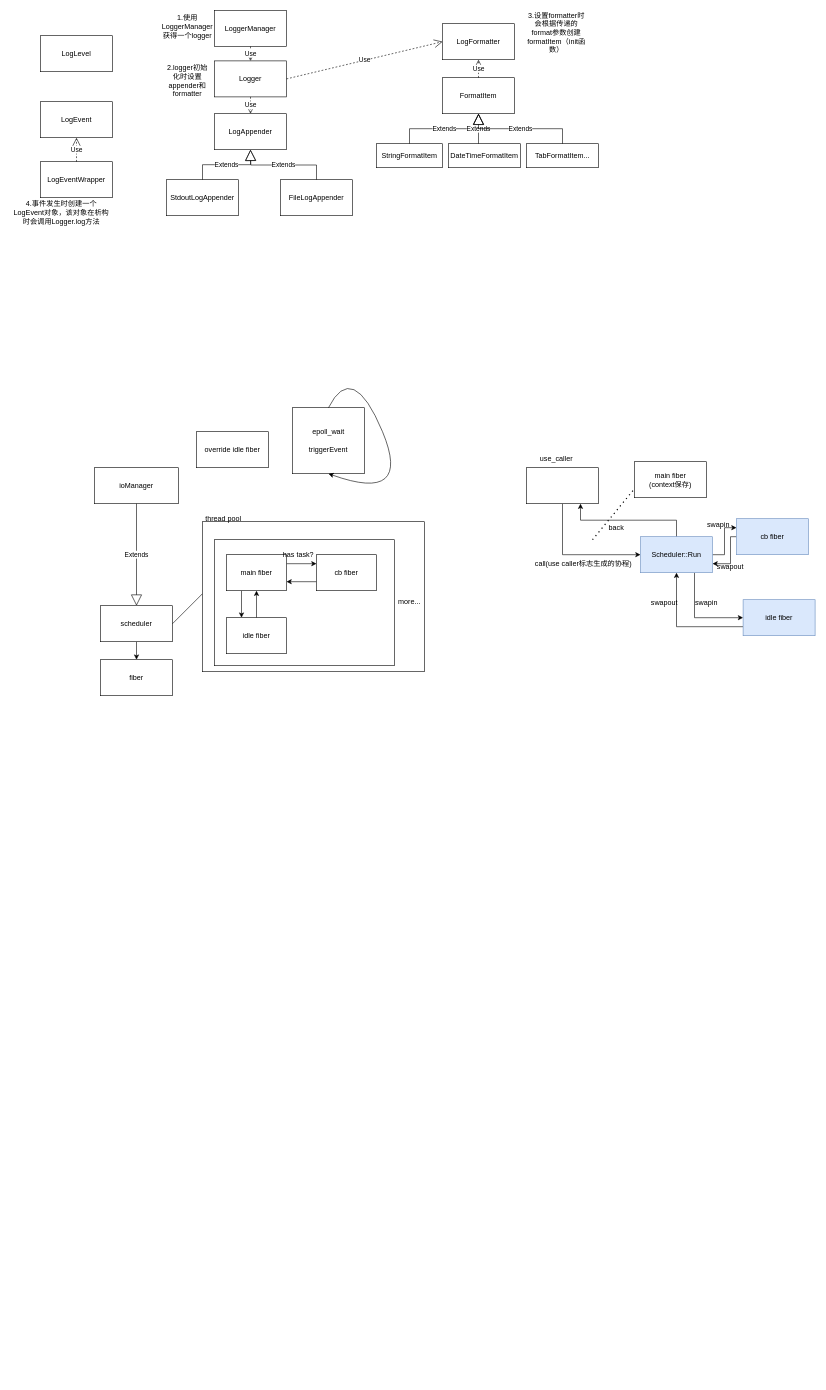
Above: sylar.drawio in ksd11/charts (draw.io), before the change. Source tidied: cells renumbered, new cells numbered last; positions are measured from the earlier drawing's top-left corner, leaving out a move shared by most shapes. Both pictures are drawn from the tidied source at 60%, with x=0, y=0 at pixel (10, 10).
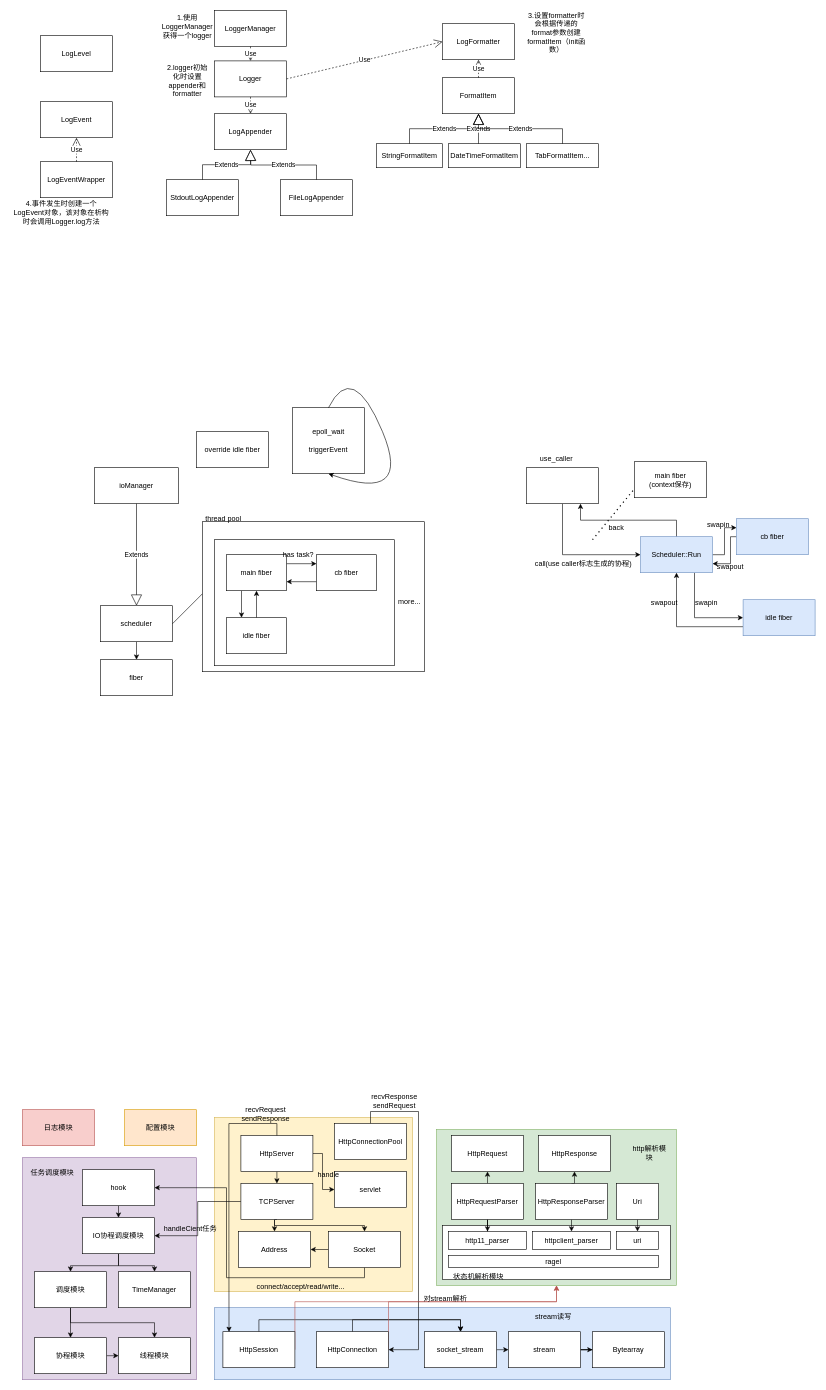
The same diagram, later.

Diff of the diagram source:
```diff
@@
+    <mxCell id="69" style="rounded=0;whiteSpace=wrap;html=1;fillColor=#fff2cc;strokeColor=#d6b656;" parent="1" vertex="1">
+      <mxGeometry x="340" y="1845" width="330" height="290" as="geometry" />
+    </mxCell>
+    <mxCell id="70" style="rounded=0;whiteSpace=wrap;html=1;fillColor=#dae8fc;strokeColor=#6c8ebf;" parent="1" vertex="1">
+      <mxGeometry x="340" y="2162" width="760" height="120" as="geometry" />
+    </mxCell>
+    <mxCell id="71" style="rounded=0;whiteSpace=wrap;html=1;fillColor=#d5e8d4;strokeColor=#82b366;" parent="1" vertex="1">
+      <mxGeometry x="710" y="1865" width="400" height="260" as="geometry" />
+    </mxCell>
+    <mxCell id="72" style="rounded=0;whiteSpace=wrap;html=1;" parent="1" vertex="1">
+      <mxGeometry x="720" y="2025" width="380" height="90" as="geometry" />
+    </mxCell>
+    <mxCell id="73" style="rounded=0;whiteSpace=wrap;html=1;fillColor=#e1d5e7;strokeColor=#9673a6;" parent="1" vertex="1">
+      <mxGeometry x="20" y="1912" width="290" height="370" as="geometry" />
+    </mxCell>
@@
+    <mxCell id="74" value="日志模块" style="rounded=0;whiteSpace=wrap;html=1;fillColor=#f8cecc;strokeColor=#b85450;" parent="1" vertex="1">
+      <mxGeometry x="20" y="1832" width="120" height="60" as="geometry" />
+    </mxCell>
+    <mxCell id="75" value="配置模块" style="rounded=0;whiteSpace=wrap;html=1;fillColor=#ffe6cc;strokeColor=#d79b00;" parent="1" vertex="1">
+      <mxGeometry x="190" y="1832" width="120" height="60" as="geometry" />
+    </mxCell>
+    <mxCell id="76" value="线程模块" style="rounded=0;whiteSpace=wrap;html=1;" parent="1" vertex="1">
+      <mxGeometry x="180" y="2212" width="120" height="60" as="geometry" />
+    </mxCell>
+    <mxCell id="77" style="edgeStyle=orthogonalEdgeStyle;rounded=0;jettySize=auto;html=1;exitX=1;exitY=0.5;exitDx=0;exitDy=0;entryX=0;entryY=0.5;entryDx=0;entryDy=0;" parent="1" edge="1" source="78" target="76">
+      <mxGeometry relative="1" as="geometry" />
+    </mxCell>
+    <mxCell id="78" value="协程模块" style="rounded=0;whiteSpace=wrap;html=1;" parent="1" vertex="1">
+      <mxGeometry x="40" y="2212" width="120" height="60" as="geometry" />
+    </mxCell>
+    <mxCell id="79" style="edgeStyle=orthogonalEdgeStyle;rounded=0;jettySize=auto;html=1;exitX=0.5;exitY=1;exitDx=0;exitDy=0;entryX=0.5;entryY=0;entryDx=0;entryDy=0;" parent="1" edge="1" source="81" target="78">
+      <mxGeometry relative="1" as="geometry" />
+    </mxCell>
+    <mxCell id="80" style="edgeStyle=orthogonalEdgeStyle;rounded=0;jettySize=auto;html=1;exitX=0.5;exitY=1;exitDx=0;exitDy=0;entryX=0.5;entryY=0;entryDx=0;entryDy=0;" parent="1" edge="1" source="81" target="76">
+      <mxGeometry relative="1" as="geometry" />
+    </mxCell>
+    <mxCell id="81" value="调度模块" style="rounded=0;whiteSpace=wrap;html=1;" parent="1" vertex="1">
+      <mxGeometry x="40" y="2102" width="120" height="60" as="geometry" />
+    </mxCell>
+    <mxCell id="82" style="edgeStyle=orthogonalEdgeStyle;rounded=0;jettySize=auto;html=1;exitX=0.5;exitY=1;exitDx=0;exitDy=0;entryX=0.5;entryY=0;entryDx=0;entryDy=0;" parent="1" edge="1" source="84" target="81">
+      <mxGeometry relative="1" as="geometry" />
+    </mxCell>
+    <mxCell id="83" style="edgeStyle=orthogonalEdgeStyle;rounded=0;jettySize=auto;html=1;exitX=0.5;exitY=1;exitDx=0;exitDy=0;entryX=0.5;entryY=0;entryDx=0;entryDy=0;" parent="1" edge="1" source="84" target="117">
+      <mxGeometry relative="1" as="geometry" />
+    </mxCell>
+    <mxCell id="84" value="IO协程调度模块" style="rounded=0;whiteSpace=wrap;html=1;" parent="1" vertex="1">
+      <mxGeometry x="120" y="2012" width="120" height="60" as="geometry" />
+    </mxCell>
+    <mxCell id="85" value="Address" style="rounded=0;whiteSpace=wrap;html=1;" parent="1" vertex="1">
+      <mxGeometry x="380" y="2035" width="120" height="60" as="geometry" />
+    </mxCell>
+    <mxCell id="86" style="edgeStyle=orthogonalEdgeStyle;rounded=0;jettySize=auto;html=1;exitX=0;exitY=0.5;exitDx=0;exitDy=0;entryX=1;entryY=0.5;entryDx=0;entryDy=0;" parent="1" edge="1" source="88" target="85">
+      <mxGeometry relative="1" as="geometry" />
+    </mxCell>
+    <mxCell id="87" style="edgeStyle=orthogonalEdgeStyle;rounded=0;jettySize=auto;html=1;exitX=0.5;exitY=1;exitDx=0;exitDy=0;entryX=1;entryY=0.5;entryDx=0;entryDy=0;" parent="1" edge="1" source="88" target="119">
+      <mxGeometry relative="1" as="geometry">
+        <Array as="points">
+          <mxPoint x="590" y="2112" />
+          <mxPoint x="360" y="2112" />
+          <mxPoint x="360" y="1962" />
+        </Array>
+      </mxGeometry>
+    </mxCell>
+    <mxCell id="88" value="Socket" style="rounded=0;whiteSpace=wrap;html=1;" parent="1" vertex="1">
+      <mxGeometry x="530" y="2035" width="120" height="60" as="geometry" />
+    </mxCell>
+    <mxCell id="89" style="edgeStyle=orthogonalEdgeStyle;rounded=0;jettySize=auto;html=1;exitX=0.5;exitY=1;exitDx=0;exitDy=0;entryX=0.5;entryY=0;entryDx=0;entryDy=0;" parent="1" edge="1" source="92" target="88">
+      <mxGeometry relative="1" as="geometry">
+        <Array as="points">
+          <mxPoint x="440" y="2015" />
+          <mxPoint x="440" y="2025" />
+          <mxPoint x="590" y="2025" />
+        </Array>
+      </mxGeometry>
+    </mxCell>
+    <mxCell id="90" style="edgeStyle=orthogonalEdgeStyle;rounded=0;jettySize=auto;html=1;exitX=0;exitY=0.5;exitDx=0;exitDy=0;entryX=1;entryY=0.5;entryDx=0;entryDy=0;" parent="1" edge="1" source="92" target="84">
+      <mxGeometry relative="1" as="geometry" />
+    </mxCell>
+    <mxCell id="91" style="edgeStyle=orthogonalEdgeStyle;rounded=0;jettySize=auto;html=1;exitX=0.5;exitY=1;exitDx=0;exitDy=0;entryX=0.5;entryY=0;entryDx=0;entryDy=0;" parent="1" edge="1" source="92" target="85">
+      <mxGeometry relative="1" as="geometry" />
+    </mxCell>
+    <mxCell id="92" value="TCPServer" style="rounded=0;whiteSpace=wrap;html=1;" parent="1" vertex="1">
+      <mxGeometry x="384" y="1955" width="120" height="60" as="geometry" />
+    </mxCell>
+    <mxCell id="93" style="edgeStyle=orthogonalEdgeStyle;rounded=0;jettySize=auto;html=1;exitX=0.5;exitY=1;exitDx=0;exitDy=0;entryX=0.5;entryY=0;entryDx=0;entryDy=0;" parent="1" edge="1" source="95" target="92">
+      <mxGeometry relative="1" as="geometry" />
+    </mxCell>
+    <mxCell id="94" style="edgeStyle=orthogonalEdgeStyle;rounded=0;jettySize=auto;html=1;exitX=1;exitY=0.5;exitDx=0;exitDy=0;entryX=0;entryY=0.5;entryDx=0;entryDy=0;" parent="1" edge="1" source="95" target="133">
+      <mxGeometry relative="1" as="geometry">
+        <Array as="points">
+          <mxPoint x="520" y="1905" />
+          <mxPoint x="520" y="1965" />
+        </Array>
+      </mxGeometry>
+    </mxCell>
+    <mxCell id="95" value="HttpServer" style="rounded=0;whiteSpace=wrap;html=1;" parent="1" vertex="1">
+      <mxGeometry x="384" y="1875" width="120" height="60" as="geometry" />
+    </mxCell>
+    <mxCell id="96" style="edgeStyle=orthogonalEdgeStyle;rounded=0;jettySize=auto;html=1;exitX=0.5;exitY=0;exitDx=0;exitDy=0;entryX=0.5;entryY=0;entryDx=0;entryDy=0;" parent="1" edge="1" source="98" target="113">
+      <mxGeometry relative="1" as="geometry" />
+    </mxCell>
+    <mxCell id="97" style="edgeStyle=orthogonalEdgeStyle;rounded=0;jettySize=auto;html=1;exitX=1;exitY=0.5;exitDx=0;exitDy=0;entryX=0.5;entryY=1;entryDx=0;entryDy=0;fillColor=#f8cecc;strokeColor=#b85450;" parent="1" edge="1" source="98" target="71">
+      <mxGeometry relative="1" as="geometry">
+        <Array as="points">
+          <mxPoint x="474" y="2152" />
+          <mxPoint x="910" y="2152" />
+        </Array>
+      </mxGeometry>
+    </mxCell>
+    <mxCell id="98" value="HttpSession" style="rounded=0;whiteSpace=wrap;html=1;" parent="1" vertex="1">
+      <mxGeometry x="354" y="2202" width="120" height="60" as="geometry" />
+    </mxCell>
+    <mxCell id="99" style="edgeStyle=orthogonalEdgeStyle;rounded=0;jettySize=auto;html=1;exitX=0.5;exitY=0;exitDx=0;exitDy=0;entryX=1;entryY=0.5;entryDx=0;entryDy=0;" parent="1" edge="1" source="100" target="103">
+      <mxGeometry relative="1" as="geometry">
+        <Array as="points">
+          <mxPoint x="600" y="1835" />
+          <mxPoint x="680" y="1835" />
+          <mxPoint x="680" y="2232" />
+        </Array>
+      </mxGeometry>
+    </mxCell>
+    <mxCell id="100" value="HttpConnectionPool" style="rounded=0;whiteSpace=wrap;html=1;" parent="1" vertex="1">
+      <mxGeometry x="540" y="1855" width="120" height="60" as="geometry" />
+    </mxCell>
+    <mxCell id="101" style="edgeStyle=orthogonalEdgeStyle;rounded=0;jettySize=auto;html=1;exitX=0.5;exitY=0;exitDx=0;exitDy=0;entryX=0.5;entryY=0;entryDx=0;entryDy=0;" parent="1" edge="1" source="103" target="113">
+      <mxGeometry relative="1" as="geometry" />
+    </mxCell>
+    <mxCell id="102" style="edgeStyle=orthogonalEdgeStyle;rounded=0;jettySize=auto;html=1;exitX=1;exitY=0.5;exitDx=0;exitDy=0;entryX=0.5;entryY=1;entryDx=0;entryDy=0;fillColor=#f8cecc;strokeColor=#b85450;" parent="1" edge="1" source="103" target="71">
+      <mxGeometry relative="1" as="geometry">
+        <Array as="points">
+          <mxPoint x="630" y="2152" />
+          <mxPoint x="910" y="2152" />
+        </Array>
+      </mxGeometry>
+    </mxCell>
+    <mxCell id="103" value="HttpConnection" style="rounded=0;whiteSpace=wrap;html=1;" parent="1" vertex="1">
+      <mxGeometry x="510" y="2202" width="120" height="60" as="geometry" />
+    </mxCell>
+    <mxCell id="104" style="edgeStyle=orthogonalEdgeStyle;rounded=0;jettySize=auto;html=1;exitX=0.5;exitY=1;exitDx=0;exitDy=0;" parent="1" edge="1" source="106" target="124">
+      <mxGeometry relative="1" as="geometry" />
+    </mxCell>
+    <mxCell id="105" style="edgeStyle=orthogonalEdgeStyle;rounded=0;jettySize=auto;html=1;exitX=0.5;exitY=0;exitDx=0;exitDy=0;entryX=0.5;entryY=1;entryDx=0;entryDy=0;" parent="1" edge="1" source="106" target="110">
+      <mxGeometry relative="1" as="geometry" />
+    </mxCell>
+    <mxCell id="106" value="HttpRequestParser" style="rounded=0;whiteSpace=wrap;html=1;" parent="1" vertex="1">
+      <mxGeometry x="735" y="1955" width="120" height="60" as="geometry" />
+    </mxCell>
+    <mxCell id="107" style="edgeStyle=orthogonalEdgeStyle;rounded=0;jettySize=auto;html=1;exitX=0.5;exitY=1;exitDx=0;exitDy=0;entryX=0.5;entryY=0;entryDx=0;entryDy=0;" parent="1" edge="1" source="109" target="125">
+      <mxGeometry relative="1" as="geometry" />
+    </mxCell>
+    <mxCell id="108" style="edgeStyle=orthogonalEdgeStyle;rounded=0;jettySize=auto;html=1;exitX=0.5;exitY=0;exitDx=0;exitDy=0;entryX=0.5;entryY=1;entryDx=0;entryDy=0;" parent="1" edge="1" source="109" target="111">
+      <mxGeometry relative="1" as="geometry" />
+    </mxCell>
+    <mxCell id="109" value="HttpResponseParser" style="rounded=0;whiteSpace=wrap;html=1;" parent="1" vertex="1">
+      <mxGeometry x="875" y="1955" width="120" height="60" as="geometry" />
+    </mxCell>
+    <mxCell id="110" value="HttpRequest" style="rounded=0;whiteSpace=wrap;html=1;" parent="1" vertex="1">
+      <mxGeometry x="735" y="1875" width="120" height="60" as="geometry" />
+    </mxCell>
+    <mxCell id="111" value="HttpResponse" style="rounded=0;whiteSpace=wrap;html=1;" parent="1" vertex="1">
+      <mxGeometry x="880" y="1875" width="120" height="60" as="geometry" />
+    </mxCell>
+    <mxCell id="112" style="edgeStyle=orthogonalEdgeStyle;rounded=0;jettySize=auto;html=1;exitX=1;exitY=0.5;exitDx=0;exitDy=0;entryX=0;entryY=0.5;entryDx=0;entryDy=0;" parent="1" edge="1" source="113" target="115">
+      <mxGeometry relative="1" as="geometry" />
+    </mxCell>
+    <mxCell id="113" value="socket_stream" style="rounded=0;whiteSpace=wrap;html=1;" parent="1" vertex="1">
+      <mxGeometry x="690" y="2202" width="120" height="60" as="geometry" />
+    </mxCell>
+    <mxCell id="114" style="edgeStyle=orthogonalEdgeStyle;rounded=0;jettySize=auto;html=1;exitX=1;exitY=0.5;exitDx=0;exitDy=0;" parent="1" edge="1" source="115" target="116">
+      <mxGeometry relative="1" as="geometry" />
+    </mxCell>
+    <mxCell id="115" value="stream" style="rounded=0;whiteSpace=wrap;html=1;" parent="1" vertex="1">
+      <mxGeometry x="830" y="2202" width="120" height="60" as="geometry" />
+    </mxCell>
+    <mxCell id="116" value="Bytearray" style="rounded=0;whiteSpace=wrap;html=1;" parent="1" vertex="1">
+      <mxGeometry x="970" y="2202" width="120" height="60" as="geometry" />
+    </mxCell>
+    <mxCell id="117" value="TimeManager" style="rounded=0;whiteSpace=wrap;html=1;" parent="1" vertex="1">
+      <mxGeometry x="180" y="2102" width="120" height="60" as="geometry" />
+    </mxCell>
+    <mxCell id="118" style="edgeStyle=orthogonalEdgeStyle;rounded=0;jettySize=auto;html=1;exitX=0.5;exitY=1;exitDx=0;exitDy=0;entryX=0.5;entryY=0;entryDx=0;entryDy=0;" parent="1" edge="1" source="119" target="84">
+      <mxGeometry relative="1" as="geometry" />
+    </mxCell>
+    <mxCell id="119" value="hook" style="rounded=0;whiteSpace=wrap;html=1;" parent="1" vertex="1">
+      <mxGeometry x="120" y="1932" width="120" height="60" as="geometry" />
+    </mxCell>
+    <mxCell id="120" value="任务调度模块" style="text;html=1;align=center;verticalAlign=middle;whiteSpace=wrap;rounded=0;" parent="1" vertex="1">
+      <mxGeometry x="30" y="1922" width="80" height="30" as="geometry" />
+    </mxCell>
+    <mxCell id="121" value="ragel" style="rounded=0;whiteSpace=wrap;html=1;" parent="1" vertex="1">
+      <mxGeometry x="730" y="2075" width="350" height="20" as="geometry" />
+    </mxCell>
+    <mxCell id="122" style="edgeStyle=orthogonalEdgeStyle;rounded=0;jettySize=auto;html=1;exitX=0.5;exitY=1;exitDx=0;exitDy=0;entryX=0.5;entryY=0;entryDx=0;entryDy=0;" parent="1" edge="1" source="123" target="126">
+      <mxGeometry relative="1" as="geometry" />
+    </mxCell>
+    <mxCell id="123" value="Uri" style="rounded=0;whiteSpace=wrap;html=1;" parent="1" vertex="1">
+      <mxGeometry x="1010" y="1955" width="70" height="60" as="geometry" />
+    </mxCell>
+    <mxCell id="124" value="http11_parser" style="rounded=0;whiteSpace=wrap;html=1;" parent="1" vertex="1">
+      <mxGeometry x="730" y="2035" width="130" height="30" as="geometry" />
+    </mxCell>
+    <mxCell id="125" value="httpclient_parser" style="rounded=0;whiteSpace=wrap;html=1;" parent="1" vertex="1">
+      <mxGeometry x="870" y="2035" width="130" height="30" as="geometry" />
+    </mxCell>
+    <mxCell id="126" value="uri" style="rounded=0;whiteSpace=wrap;html=1;" parent="1" vertex="1">
+      <mxGeometry x="1010" y="2035" width="70" height="30" as="geometry" />
+    </mxCell>
+    <mxCell id="127" value="状态机解析模块" style="text;html=1;align=center;verticalAlign=middle;whiteSpace=wrap;rounded=0;" parent="1" vertex="1">
+      <mxGeometry x="735" y="2095" width="90" height="30" as="geometry" />
+    </mxCell>
+    <mxCell id="128" value="&lt;div&gt;handleCient任务&lt;/div&gt;" style="text;html=1;align=center;verticalAlign=middle;whiteSpace=wrap;rounded=0;" parent="1" vertex="1">
+      <mxGeometry x="250" y="2015" width="100" height="30" as="geometry" />
+    </mxCell>
+    <mxCell id="129" value="connect/accept/read/write..." style="text;html=1;align=center;verticalAlign=middle;whiteSpace=wrap;rounded=0;" parent="1" vertex="1">
+      <mxGeometry x="394" y="2113" width="180" height="30" as="geometry" />
+    </mxCell>
+    <mxCell id="130" value="http解析模块" style="text;html=1;align=center;verticalAlign=middle;whiteSpace=wrap;rounded=0;" parent="1" vertex="1">
+      <mxGeometry x="1030" y="1890" width="70" height="30" as="geometry" />
+    </mxCell>
+    <mxCell id="131" value="stream读写" style="text;html=1;align=center;verticalAlign=middle;whiteSpace=wrap;rounded=0;" parent="1" vertex="1">
+      <mxGeometry x="870" y="2162" width="70" height="30" as="geometry" />
+    </mxCell>
+    <mxCell id="132" value="recvRequest&lt;div&gt;sendResponse&lt;/div&gt;" style="text;html=1;align=center;verticalAlign=middle;whiteSpace=wrap;rounded=0;" parent="1" vertex="1">
+      <mxGeometry x="380" y="1825" width="91" height="30" as="geometry" />
+    </mxCell>
+    <mxCell id="133" value="servlet" style="rounded=0;whiteSpace=wrap;html=1;" parent="1" vertex="1">
+      <mxGeometry x="540" y="1935" width="120" height="60" as="geometry" />
+    </mxCell>
+    <mxCell id="134" value="handle" style="text;html=1;align=center;verticalAlign=middle;whiteSpace=wrap;rounded=0;" parent="1" vertex="1">
+      <mxGeometry x="500" y="1925" width="60" height="30" as="geometry" />
+    </mxCell>
+    <mxCell id="135" value="recvResponse&lt;div&gt;sendRequest&lt;/div&gt;" style="text;html=1;align=center;verticalAlign=middle;whiteSpace=wrap;rounded=0;" parent="1" vertex="1">
+      <mxGeometry x="610" y="1802" width="60" height="30" as="geometry" />
+    </mxCell>
+    <mxCell id="136" value="对stream解析" style="text;html=1;align=center;verticalAlign=middle;whiteSpace=wrap;rounded=0;" parent="1" vertex="1">
+      <mxGeometry x="680" y="2132" width="90" height="30" as="geometry" />
+    </mxCell>
+    <mxCell id="137" style="edgeStyle=orthogonalEdgeStyle;rounded=0;jettySize=auto;html=1;exitX=0.5;exitY=0;exitDx=0;exitDy=0;entryX=0.085;entryY=0.006;entryDx=0;entryDy=0;entryPerimeter=0;" parent="1" edge="1" source="95" target="98">
+      <mxGeometry relative="1" as="geometry" />
+    </mxCell>
```
